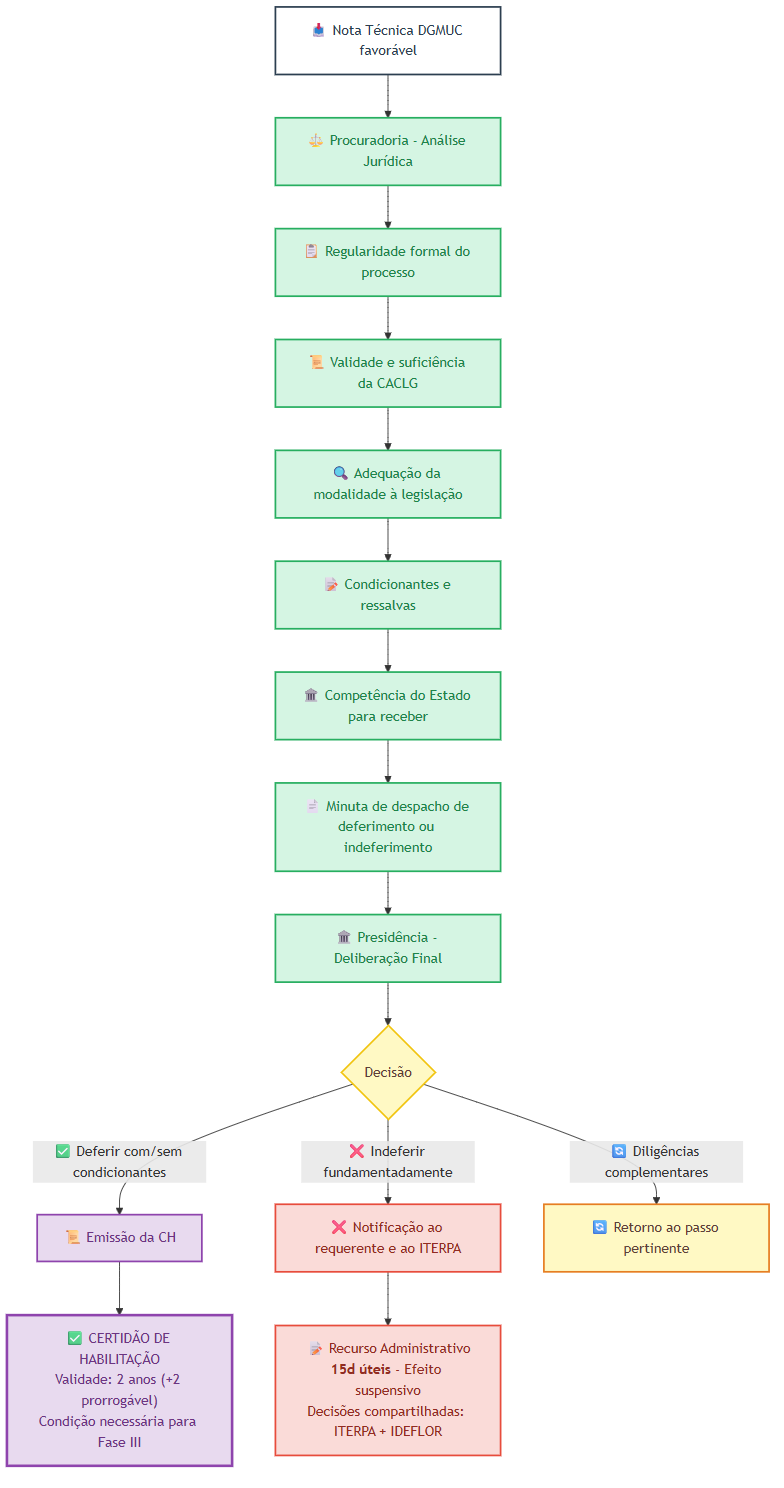
NGEO-IDEFLOR-Bio/certFundiaria-uces-pa keeps this Mermaid diagram as docs/03-fluxos/imagens/06-dgb-procuradoria-presidencia.png. Above is the earlier version. Its source is kept beside it as docs/03-fluxos/imagens/06-dgb-procuradoria-presidencia.mmd.
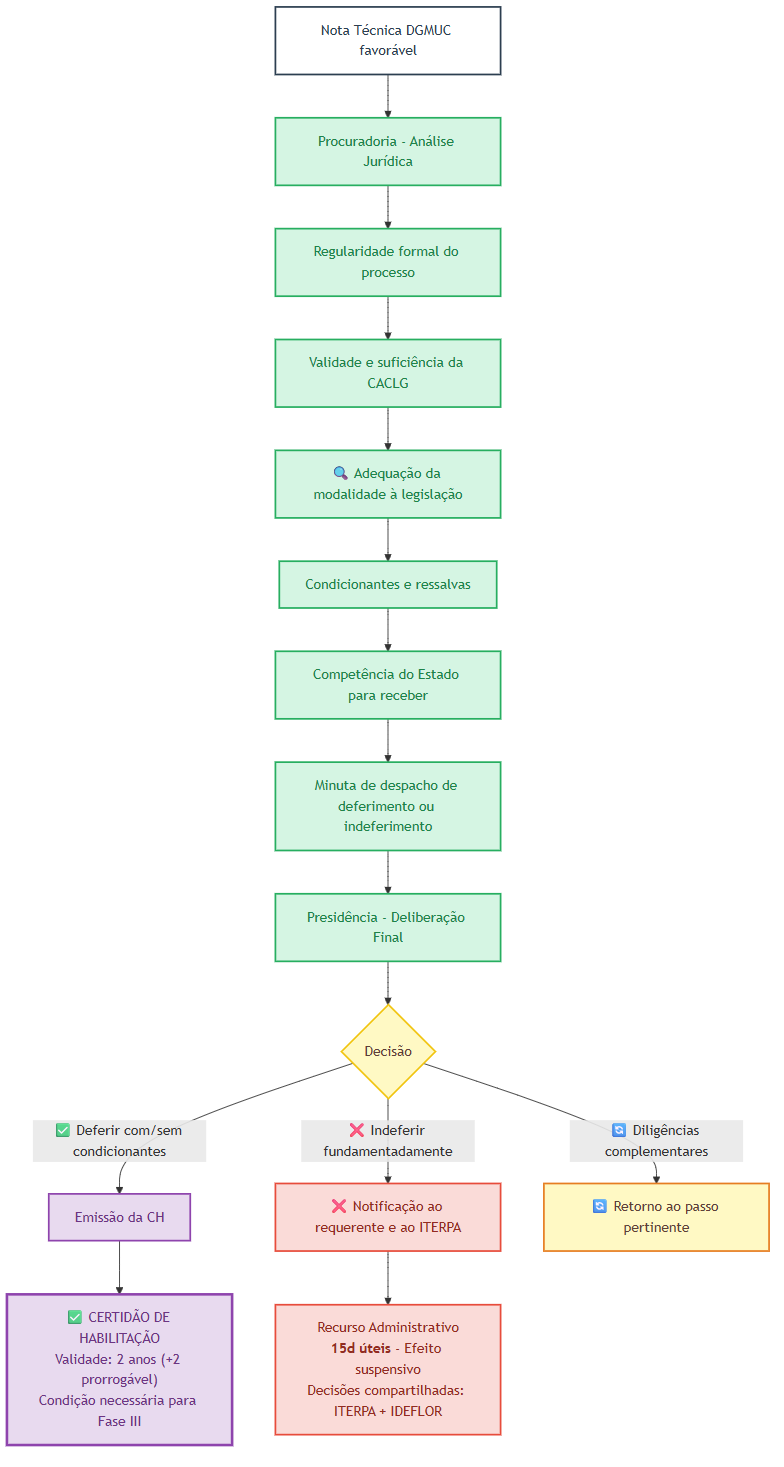
The same diagram one commit later.

What changed in the source:
```diff
@@ -5,27 +5,27 @@
     classDef rejeicao fill:#FADBD8,stroke:#E74C3C,stroke-width:2px,color:#922B21
     classDef entrada fill:#FFFFFF,stroke:#2C3E50,stroke-width:2px,color:#2C3E50
 
-    IN["📥 Nota Técnica DGMUC favorável"]:::entrada
-    --> PROC["⚖️ Procuradoria - Análise Jurídica"]:::ideflor
+    IN["Nota Técnica DGMUC favorável"]:::entrada
+    --> PROC["Procuradoria - Análise Jurídica"]:::ideflor
 
-    PROC --> P1["📋 Regularidade formal do processo"]:::ideflor
-    P1 --> P2["📜 Validade e suficiência da CACLG"]:::ideflor
+    PROC --> P1["Regularidade formal do processo"]:::ideflor
+    P1 --> P2["Validade e suficiência da CACLG"]:::ideflor
     P2 --> P3["🔍 Adequação da modalidade à legislação"]:::ideflor
-    P3 --> P4["📝 Condicionantes e ressalvas"]:::ideflor
-    P4 --> P5["🏛️ Competência do Estado para receber"]:::ideflor
-    P5 --> P6["📄 Minuta de despacho de deferimento ou indeferimento"]:::ideflor
+    P3 --> P4["Condicionantes e ressalvas"]:::ideflor
+    P4 --> P5["Competência do Estado para receber"]:::ideflor
+    P5 --> P6["Minuta de despacho de deferimento ou indeferimento"]:::ideflor
 
-    P6 --> PRES["🏛️ Presidência - Deliberação Final"]:::ideflor
+    P6 --> PRES["Presidência - Deliberação Final"]:::ideflor
 
     PRES --> DELIB{"Decisão"}:::decisao
 
-    DELIB --> |✅ Deferir com/sem condicionantes| EMIT["📜 Emissão da CH"]:::documento
+    DELIB --> |✅ Deferir com/sem condicionantes| EMIT["Emissão da CH"]:::documento
     DELIB --> |❌ Indeferir fundamentadamente| INDEF["❌ Notificação ao requerente e ao ITERPA"]:::rejeicao
     DELIB --> |🔄 Diligências complementares| DILIG["🔄 Retorno ao passo pertinente"]:::decisao
 
     EMIT --> CHOK["✅ CERTIDÃO DE HABILITAÇÃO<br/>Validade: 2 anos (+2 prorrogável)<br/>Condição necessária para Fase III"]:::documento
 
-    INDEF --> REC["📝 Recurso Administrativo<br/><b>15d úteis</b> - Efeito suspensivo<br/>Decisões compartilhadas: ITERPA + IDEFLOR"]:::rejeicao
+    INDEF --> REC["Recurso Administrativo<br/><b>15d úteis</b> - Efeito suspensivo<br/>Decisões compartilhadas: ITERPA + IDEFLOR"]:::rejeicao
 
     style CHOK stroke-width:3px
     style DILIG stroke:#E67E22,stroke-width:2px
```
